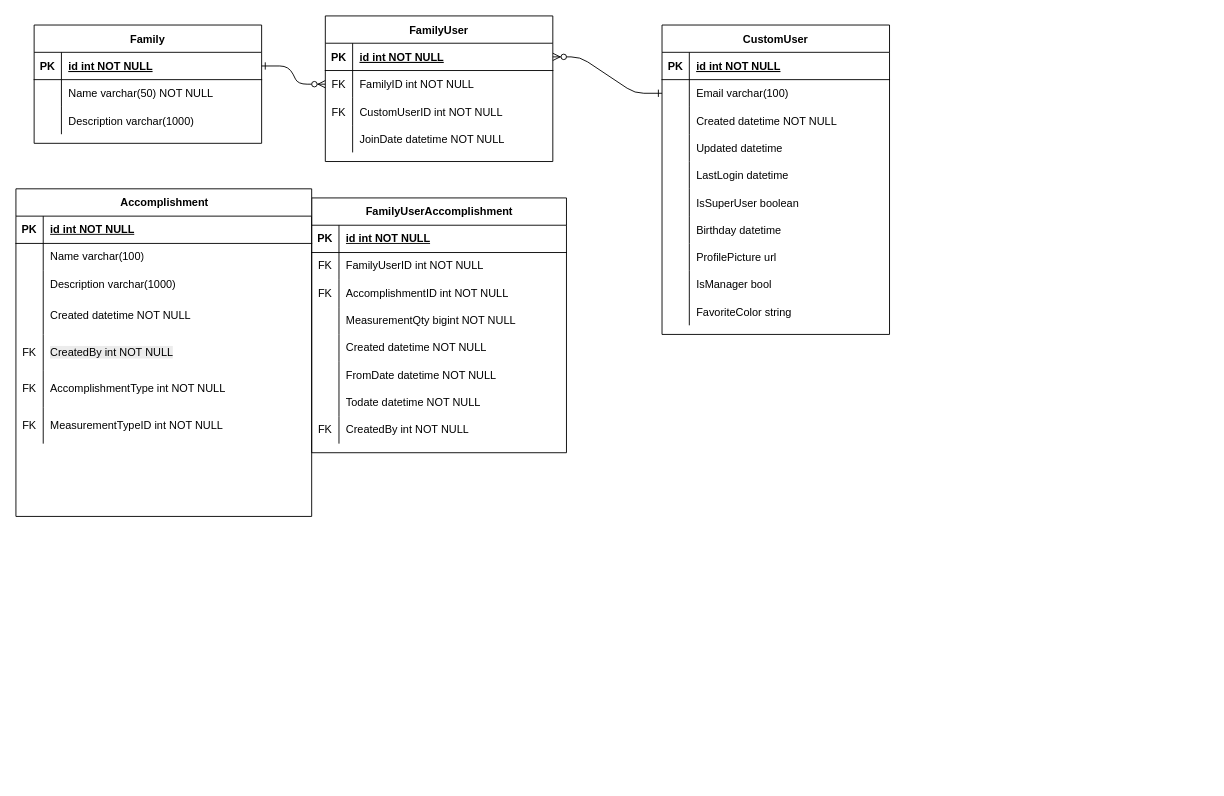
Above: documentation/erds/FamilyThingsERD.drawio in WimpieRatte/FamilyThings (draw.io), before the change. Source tidied: cells renumbered, new cells numbered last; positions are measured from the earlier drawing's top-left corner, leaving out a move shared by most shapes. Both pictures are drawn from the tidied source at 91%, with x=0, y=0 at pixel (15, 15).
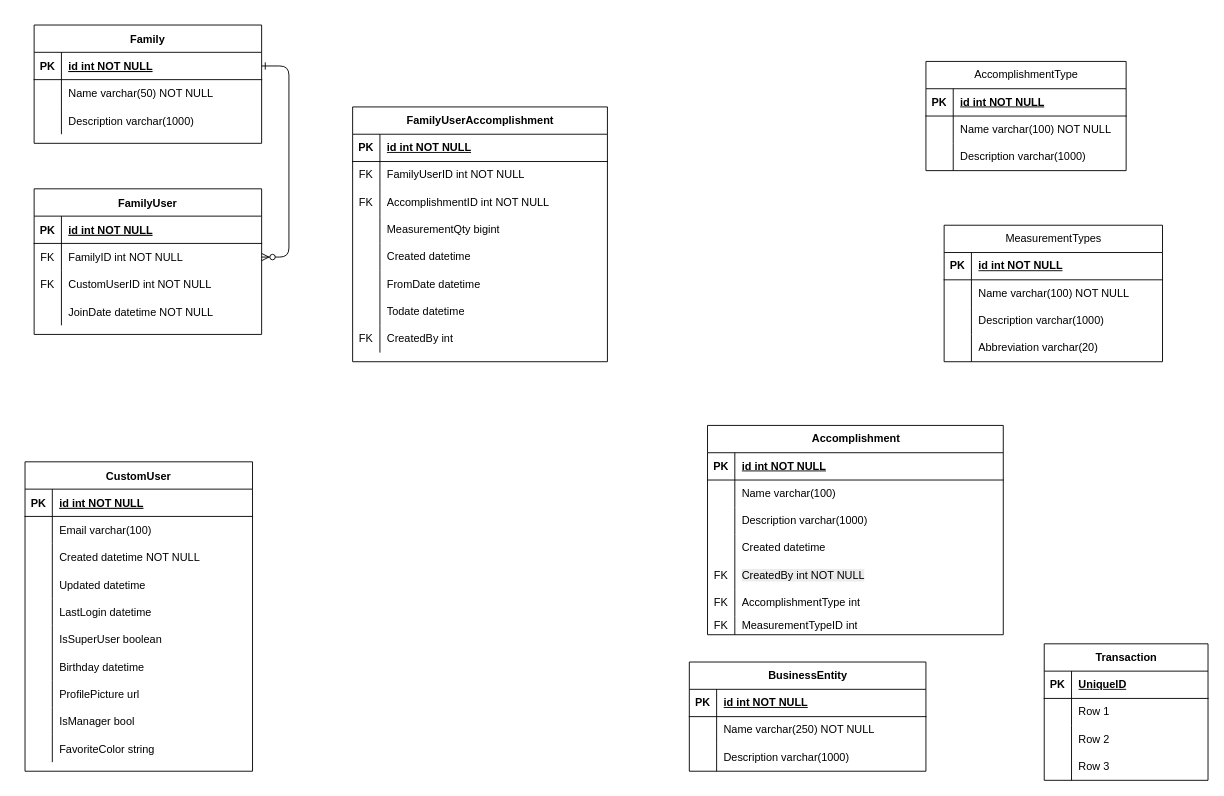
The same diagram, later.

Unchanged cells that the change refers to:
```xml
<mxCell id="4" style="shape=partialRectangle;fillColor=none;points=[[0,0.5],[1,0.5]];portConstraint=eastwest;top=0;left=0;right=0;bottom=1;" parent="3" vertex="1">
  <mxGeometry y="30" width="250" height="30" as="geometry" />
</mxCell>
<mxCell id="20" style="shape=partialRectangle;fillColor=none;points=[[0,0.5],[1,0.5]];portConstraint=eastwest;top=0;left=0;right=0;bottom=0;" parent="16" vertex="1">
  <mxGeometry y="60" width="250" height="30" as="geometry" />
</mxCell>
<mxCell id="68" style="shape=tableRow;horizontal=0;startSize=0;swimlaneHead=0;swimlaneBody=0;fillColor=none;top=0;left=0;right=0;bottom=0;" parent="58" vertex="1">
  <mxGeometry y="120" width="280" height="30" as="geometry" />
</mxCell>
<mxCell id="71" style="shape=tableRow;horizontal=0;startSize=0;swimlaneHead=0;swimlaneBody=0;fillColor=none;top=0;left=0;right=0;bottom=0;" parent="58" vertex="1">
  <mxGeometry y="150" width="280" height="30" as="geometry" />
</mxCell>
<mxCell id="74" style="shape=tableRow;horizontal=0;startSize=0;swimlaneHead=0;swimlaneBody=0;fillColor=none;top=0;left=0;right=0;bottom=0;" parent="58" vertex="1">
  <mxGeometry y="180" width="280" height="30" as="geometry" />
</mxCell>
<mxCell id="77" style="shape=tableRow;horizontal=0;startSize=0;swimlaneHead=0;swimlaneBody=0;fillColor=none;top=0;left=0;right=0;bottom=0;" parent="58" vertex="1">
  <mxGeometry y="210" width="280" height="30" as="geometry" />
</mxCell>
<mxCell id="80" style="shape=tableRow;horizontal=0;startSize=0;swimlaneHead=0;swimlaneBody=0;fillColor=none;top=0;left=0;right=0;bottom=0;" parent="58" vertex="1">
  <mxGeometry y="240" width="280" height="30" as="geometry" />
</mxCell>
```

Diff of the diagram source:
```diff
@@
     <mxCell id="3" value="FamilyUser" style="shape=table;startSize=30;childLayout=tableLayout;rowLines=0;fontStyle=1;align=center;" parent="1" vertex="1">
-      <mxGeometry x="340" width="250" height="160" as="geometry" />
+      <mxGeometry x="20" y="190" width="250" height="160" as="geometry" />
     </mxCell>
@@
     <mxCell id="16" value="CustomUser" style="shape=table;startSize=30;childLayout=tableLayout;rowLines=0;fontStyle=1;align=center;" parent="1" vertex="1">
-      <mxGeometry x="710" y="10" width="250" height="340" as="geometry" />
+      <mxGeometry x="10" y="490" width="250" height="340" as="geometry" />
     </mxCell>
@@
-    <mxCell id="57" style="edgeStyle=entityRelationEdgeStyle;endArrow=ERzeroToMany;startArrow=ERone;endFill=1;startFill=0;" parent="1" edge="1" source="20" target="4">
-      <mxGeometry relative="1" as="geometry" />
-    </mxCell>
     <mxCell id="58" value="FamilyUserAccomplishment" style="shape=table;startSize=30;childLayout=tableLayout;rowLines=0;fontStyle=1;align=center;html=1;" parent="1" vertex="1">
-      <mxGeometry x="325" y="200" width="280" height="280" as="geometry" />
+      <mxGeometry x="370" y="100" width="280" height="280" as="geometry" />
     </mxCell>
@@
-    <mxCell id="70" value="MeasurementQty bigint NOT NULL" style="shape=partialRectangle;fillColor=none;top=0;left=0;bottom=0;right=0;align=left;spacingLeft=6;overflow=hidden;whiteSpace=wrap;html=1;" parent="68" vertex="1">
+    <mxCell id="70" value="MeasurementQty bigint  " style="shape=partialRectangle;fillColor=none;top=0;left=0;bottom=0;right=0;align=left;spacingLeft=6;overflow=hidden;whiteSpace=wrap;html=1;" parent="68" vertex="1">
       <mxGeometry x="30" width="250" height="30" as="geometry" />
     </mxCell>
@@
-    <mxCell id="73" value="Created datetime NOT NULL" style="shape=partialRectangle;fillColor=none;top=0;left=0;bottom=0;right=0;align=left;spacingLeft=6;overflow=hidden;whiteSpace=wrap;html=1;" parent="71" vertex="1">
+    <mxCell id="73" value="Created datetime  " style="shape=partialRectangle;fillColor=none;top=0;left=0;bottom=0;right=0;align=left;spacingLeft=6;overflow=hidden;whiteSpace=wrap;html=1;" parent="71" vertex="1">
       <mxGeometry x="30" width="250" height="30" as="geometry" />
     </mxCell>
@@
-    <mxCell id="76" value="FromDate datetime NOT NULL" style="shape=partialRectangle;fillColor=none;top=0;left=0;bottom=0;right=0;align=left;spacingLeft=6;overflow=hidden;whiteSpace=wrap;html=1;" parent="74" vertex="1">
+    <mxCell id="76" value="FromDate datetime  " style="shape=partialRectangle;fillColor=none;top=0;left=0;bottom=0;right=0;align=left;spacingLeft=6;overflow=hidden;whiteSpace=wrap;html=1;" parent="74" vertex="1">
       <mxGeometry x="30" width="250" height="30" as="geometry" />
     </mxCell>
@@
-    <mxCell id="79" value="Todate datetime NOT NULL" style="shape=partialRectangle;fillColor=none;top=0;left=0;bottom=0;right=0;align=left;spacingLeft=6;overflow=hidden;whiteSpace=wrap;html=1;" parent="77" vertex="1">
+    <mxCell id="79" value="Todate datetime  " style="shape=partialRectangle;fillColor=none;top=0;left=0;bottom=0;right=0;align=left;spacingLeft=6;overflow=hidden;whiteSpace=wrap;html=1;" parent="77" vertex="1">
       <mxGeometry x="30" width="250" height="30" as="geometry" />
     </mxCell>
@@
-    <mxCell id="82" value="CreatedBy int NOT NULL" style="shape=partialRectangle;fillColor=none;top=0;left=0;bottom=0;right=0;align=left;spacingLeft=6;overflow=hidden;whiteSpace=wrap;html=1;" parent="80" vertex="1">
+    <mxCell id="82" value="CreatedBy int  " style="shape=partialRectangle;fillColor=none;top=0;left=0;bottom=0;right=0;align=left;spacingLeft=6;overflow=hidden;whiteSpace=wrap;html=1;" parent="80" vertex="1">
       <mxGeometry x="30" width="250" height="30" as="geometry" />
     </mxCell>
     <mxCell id="83" value="Accomplishment" style="shape=table;startSize=30;childLayout=tableLayout;rowLines=0;fontStyle=1;align=center;html=1;" parent="1" vertex="1">
-      <mxGeometry y="190" width="325" height="360" as="geometry" />
+      <mxGeometry x="760" y="450" width="325" height="230" as="geometry" />
     </mxCell>
@@
     <mxCell id="93" style="shape=tableRow;horizontal=0;startSize=0;swimlaneHead=0;swimlaneBody=0;fillColor=none;top=0;left=0;right=0;bottom=0;" parent="83" vertex="1">
-      <mxGeometry y="120" width="325" height="40" as="geometry" />
+      <mxGeometry y="120" width="325" height="30" as="geometry" />
     </mxCell>
     <mxCell id="94" style="shape=partialRectangle;fillColor=none;top=0;left=0;bottom=0;right=0;overflow=hidden;whiteSpace=wrap;html=1;" parent="93" vertex="1">
-      <mxGeometry width="30" height="40" as="geometry" />
+      <mxGeometry width="30" height="30" as="geometry" />
     </mxCell>
-    <mxCell id="95" value="Created datetime NOT NULL" style="shape=partialRectangle;fillColor=none;top=0;left=0;bottom=0;right=0;align=left;spacingLeft=6;overflow=hidden;whiteSpace=wrap;html=1;" parent="93" vertex="1">
-      <mxGeometry x="30" width="295" height="40" as="geometry" />
+    <mxCell id="95" value="Created datetime  " style="shape=partialRectangle;fillColor=none;top=0;left=0;bottom=0;right=0;align=left;spacingLeft=6;overflow=hidden;whiteSpace=wrap;html=1;" parent="93" vertex="1">
+      <mxGeometry x="30" width="295" height="30" as="geometry" />
     </mxCell>
     <mxCell id="96" style="shape=tableRow;horizontal=0;startSize=0;swimlaneHead=0;swimlaneBody=0;fillColor=none;top=0;left=0;right=0;bottom=0;" parent="83" vertex="1">
-      <mxGeometry y="160" width="325" height="40" as="geometry" />
+      <mxGeometry y="150" width="325" height="30" as="geometry" />
     </mxCell>
     <mxCell id="97" value="FK" style="shape=partialRectangle;fillColor=none;top=0;left=0;bottom=0;right=0;overflow=hidden;whiteSpace=wrap;html=1;" parent="96" vertex="1">
-      <mxGeometry width="30" height="40" as="geometry" />
+      <mxGeometry width="30" height="30" as="geometry" />
     </mxCell>
     <mxCell id="98" value="&lt;span style=&quot;color: rgb(0, 0, 0); font-family: Helvetica; font-size: 12px; font-style: normal; font-variant-ligatures: normal; font-variant-caps: normal; font-weight: 400; letter-spacing: normal; orphans: 2; text-align: left; text-indent: 0px; text-transform: none; widows: 2; word-spacing: 0px; -webkit-text-stroke-width: 0px; white-space: normal; background-color: rgb(236, 236, 236); text-decoration-thickness: initial; text-decoration-style: initial; text-decoration-color: initial; display: inline !important; float: none;&quot;&gt;CreatedBy int NOT NULL&lt;/span&gt;" style="shape=partialRectangle;fillColor=none;top=0;left=0;bottom=0;right=0;align=left;spacingLeft=6;overflow=hidden;whiteSpace=wrap;html=1;" parent="96" vertex="1">
-      <mxGeometry x="30" width="295" height="40" as="geometry" />
+      <mxGeometry x="30" width="295" height="30" as="geometry" />
     </mxCell>
     <mxCell id="99" style="shape=tableRow;horizontal=0;startSize=0;swimlaneHead=0;swimlaneBody=0;fillColor=none;top=0;left=0;right=0;bottom=0;" parent="83" vertex="1">
-      <mxGeometry y="200" width="325" height="40" as="geometry" />
+      <mxGeometry y="180" width="325" height="30" as="geometry" />
     </mxCell>
     <mxCell id="100" value="FK" style="shape=partialRectangle;fillColor=none;top=0;left=0;bottom=0;right=0;overflow=hidden;whiteSpace=wrap;html=1;" parent="99" vertex="1">
-      <mxGeometry width="30" height="40" as="geometry" />
+      <mxGeometry width="30" height="30" as="geometry" />
     </mxCell>
-    <mxCell id="101" value="AccomplishmentType int NOT NULL" style="shape=partialRectangle;fillColor=none;top=0;left=0;bottom=0;right=0;align=left;spacingLeft=6;overflow=hidden;whiteSpace=wrap;html=1;" parent="99" vertex="1">
-      <mxGeometry x="30" width="295" height="40" as="geometry" />
+    <mxCell id="101" value="AccomplishmentType int  " style="shape=partialRectangle;fillColor=none;top=0;left=0;bottom=0;right=0;align=left;spacingLeft=6;overflow=hidden;whiteSpace=wrap;html=1;" parent="99" vertex="1">
+      <mxGeometry x="30" width="295" height="30" as="geometry" />
     </mxCell>
     <mxCell id="102" style="shape=tableRow;horizontal=0;startSize=0;swimlaneHead=0;swimlaneBody=0;fillColor=none;top=0;left=0;right=0;bottom=0;" parent="83" vertex="1">
-      <mxGeometry y="240" width="325" height="40" as="geometry" />
+      <mxGeometry y="210" width="325" height="20" as="geometry" />
     </mxCell>
     <mxCell id="103" value="FK" style="shape=partialRectangle;fillColor=none;top=0;left=0;bottom=0;right=0;overflow=hidden;whiteSpace=wrap;html=1;" parent="102" vertex="1">
-      <mxGeometry width="30" height="40" as="geometry" />
+      <mxGeometry width="30" height="20" as="geometry" />
     </mxCell>
-    <mxCell id="104" value="MeasurementTypeID int NOT NULL" style="shape=partialRectangle;fillColor=none;top=0;left=0;bottom=0;right=0;align=left;spacingLeft=6;overflow=hidden;whiteSpace=wrap;html=1;" parent="102" vertex="1">
-      <mxGeometry x="30" width="295" height="40" as="geometry" />
+    <mxCell id="104" value="MeasurementTypeID int  " style="shape=partialRectangle;fillColor=none;top=0;left=0;bottom=0;right=0;align=left;spacingLeft=6;overflow=hidden;whiteSpace=wrap;html=1;" parent="102" vertex="1">
+      <mxGeometry x="30" width="295" height="20" as="geometry" />
     </mxCell>
+    <mxCell id="105" value="&lt;span style=&quot;font-weight: 400; text-align: left; text-wrap: wrap;&quot;&gt;AccomplishmentType&lt;/span&gt;" style="shape=table;startSize=30;childLayout=tableLayout;rowLines=0;fontStyle=1;align=center;html=1;" parent="1" vertex="1">
+      <mxGeometry x="1000" y="50" width="220" height="120" as="geometry" />
+    </mxCell>
+    <mxCell id="106" style="shape=tableRow;horizontal=0;startSize=0;swimlaneHead=0;swimlaneBody=0;fillColor=none;top=0;left=0;right=0;bottom=1;" parent="105" vertex="1">
+      <mxGeometry y="30" width="220" height="30" as="geometry" />
+    </mxCell>
+    <mxCell id="107" value="PK" style="shape=partialRectangle;fillColor=none;top=0;left=0;bottom=0;right=0;fontStyle=1;overflow=hidden;whiteSpace=wrap;html=1;" parent="106" vertex="1">
+      <mxGeometry width="30" height="30" as="geometry" />
+    </mxCell>
+    <mxCell id="108" value="&lt;span style=&quot;text-wrap: nowrap;&quot;&gt;id int NOT NULL&lt;/span&gt;" style="shape=partialRectangle;fillColor=none;top=0;left=0;bottom=0;right=0;align=left;spacingLeft=6;fontStyle=5;overflow=hidden;whiteSpace=wrap;html=1;" parent="106" vertex="1">
+      <mxGeometry x="30" width="190" height="30" as="geometry" />
+    </mxCell>
+    <mxCell id="109" style="shape=tableRow;horizontal=0;startSize=0;swimlaneHead=0;swimlaneBody=0;fillColor=none;top=0;left=0;right=0;bottom=0;" parent="105" vertex="1">
+      <mxGeometry y="60" width="220" height="30" as="geometry" />
+    </mxCell>
+    <mxCell id="110" style="shape=partialRectangle;fillColor=none;top=0;left=0;bottom=0;right=0;overflow=hidden;whiteSpace=wrap;html=1;" parent="109" vertex="1">
+      <mxGeometry width="30" height="30" as="geometry" />
+    </mxCell>
+    <mxCell id="111" value="&lt;span style=&quot;text-wrap: nowrap;&quot;&gt;Name varchar(100) NOT NULL&lt;/span&gt;" style="shape=partialRectangle;fillColor=none;top=0;left=0;bottom=0;right=0;align=left;spacingLeft=6;overflow=hidden;whiteSpace=wrap;html=1;" parent="109" vertex="1">
+      <mxGeometry x="30" width="190" height="30" as="geometry" />
+    </mxCell>
+    <mxCell id="112" style="shape=tableRow;horizontal=0;startSize=0;swimlaneHead=0;swimlaneBody=0;fillColor=none;top=0;left=0;right=0;bottom=0;" parent="105" vertex="1">
+      <mxGeometry y="90" width="220" height="30" as="geometry" />
+    </mxCell>
+    <mxCell id="113" style="shape=partialRectangle;fillColor=none;top=0;left=0;bottom=0;right=0;overflow=hidden;whiteSpace=wrap;html=1;" parent="112" vertex="1">
+      <mxGeometry width="30" height="30" as="geometry" />
+    </mxCell>
+    <mxCell id="114" value="&lt;span style=&quot;text-wrap: nowrap;&quot;&gt;Description varchar(1000)&lt;/span&gt;" style="shape=partialRectangle;fillColor=none;top=0;left=0;bottom=0;right=0;align=left;spacingLeft=6;overflow=hidden;whiteSpace=wrap;html=1;" parent="112" vertex="1">
+      <mxGeometry x="30" width="190" height="30" as="geometry" />
+    </mxCell>
+    <mxCell id="115" value="&lt;span style=&quot;font-weight: 400; text-align: left; text-wrap: wrap;&quot;&gt;MeasurementTypes&lt;/span&gt;" style="shape=table;startSize=30;childLayout=tableLayout;rowLines=0;fontStyle=1;align=center;html=1;" parent="1" vertex="1">
+      <mxGeometry x="1020" y="230" width="240" height="150" as="geometry" />
+    </mxCell>
+    <mxCell id="116" style="shape=tableRow;horizontal=0;startSize=0;swimlaneHead=0;swimlaneBody=0;fillColor=none;top=0;left=0;right=0;bottom=1;" parent="115" vertex="1">
+      <mxGeometry y="30" width="240" height="30" as="geometry" />
+    </mxCell>
+    <mxCell id="117" value="PK" style="shape=partialRectangle;fillColor=none;top=0;left=0;bottom=0;right=0;fontStyle=1;overflow=hidden;whiteSpace=wrap;html=1;" parent="116" vertex="1">
+      <mxGeometry width="30" height="30" as="geometry" />
+    </mxCell>
+    <mxCell id="118" value="&lt;span style=&quot;text-wrap: nowrap;&quot;&gt;id int NOT NULL&lt;/span&gt;" style="shape=partialRectangle;fillColor=none;top=0;left=0;bottom=0;right=0;align=left;spacingLeft=6;fontStyle=5;overflow=hidden;whiteSpace=wrap;html=1;" parent="116" vertex="1">
+      <mxGeometry x="30" width="210" height="30" as="geometry" />
+    </mxCell>
+    <mxCell id="119" style="shape=tableRow;horizontal=0;startSize=0;swimlaneHead=0;swimlaneBody=0;fillColor=none;top=0;left=0;right=0;bottom=0;" parent="115" vertex="1">
+      <mxGeometry y="60" width="240" height="30" as="geometry" />
+    </mxCell>
+    <mxCell id="120" style="shape=partialRectangle;fillColor=none;top=0;left=0;bottom=0;right=0;overflow=hidden;whiteSpace=wrap;html=1;" parent="119" vertex="1">
+      <mxGeometry width="30" height="30" as="geometry" />
+    </mxCell>
+    <mxCell id="121" value="&lt;span style=&quot;text-wrap: nowrap;&quot;&gt;Name varchar(100) NOT NULL&lt;/span&gt;" style="shape=partialRectangle;fillColor=none;top=0;left=0;bottom=0;right=0;align=left;spacingLeft=6;overflow=hidden;whiteSpace=wrap;html=1;" parent="119" vertex="1">
+      <mxGeometry x="30" width="210" height="30" as="geometry" />
+    </mxCell>
+    <mxCell id="122" style="shape=tableRow;horizontal=0;startSize=0;swimlaneHead=0;swimlaneBody=0;fillColor=none;top=0;left=0;right=0;bottom=0;" parent="115" vertex="1">
+      <mxGeometry y="90" width="240" height="30" as="geometry" />
+    </mxCell>
+    <mxCell id="123" style="shape=partialRectangle;fillColor=none;top=0;left=0;bottom=0;right=0;overflow=hidden;whiteSpace=wrap;html=1;" parent="122" vertex="1">
+      <mxGeometry width="30" height="30" as="geometry" />
+    </mxCell>
+    <mxCell id="124" value="&lt;span style=&quot;text-wrap: nowrap;&quot;&gt;Description varchar(1000)&lt;/span&gt;" style="shape=partialRectangle;fillColor=none;top=0;left=0;bottom=0;right=0;align=left;spacingLeft=6;overflow=hidden;whiteSpace=wrap;html=1;" parent="122" vertex="1">
+      <mxGeometry x="30" width="210" height="30" as="geometry" />
+    </mxCell>
+    <mxCell id="125" style="shape=tableRow;horizontal=0;startSize=0;swimlaneHead=0;swimlaneBody=0;fillColor=none;top=0;left=0;right=0;bottom=0;" parent="115" vertex="1">
+      <mxGeometry y="120" width="240" height="30" as="geometry" />
+    </mxCell>
+    <mxCell id="126" style="shape=partialRectangle;fillColor=none;top=0;left=0;bottom=0;right=0;overflow=hidden;whiteSpace=wrap;html=1;" parent="125" vertex="1">
+      <mxGeometry width="30" height="30" as="geometry" />
+    </mxCell>
+    <mxCell id="127" value="Abbreviation varchar(20)&amp;nbsp;" style="shape=partialRectangle;fillColor=none;top=0;left=0;bottom=0;right=0;align=left;spacingLeft=6;overflow=hidden;whiteSpace=wrap;html=1;" parent="125" vertex="1">
+      <mxGeometry x="30" width="210" height="30" as="geometry" />
+    </mxCell>
+    <mxCell id="128" value="BusinessEntity" style="shape=table;startSize=30;childLayout=tableLayout;rowLines=0;fontStyle=1;align=center;html=1;" parent="1" vertex="1">
+      <mxGeometry x="740" y="710" width="260" height="120" as="geometry" />
+    </mxCell>
+    <mxCell id="129" style="shape=tableRow;horizontal=0;startSize=0;swimlaneHead=0;swimlaneBody=0;fillColor=none;top=0;left=0;right=0;bottom=1;" parent="128" vertex="1">
+      <mxGeometry y="30" width="260" height="30" as="geometry" />
+    </mxCell>
+    <mxCell id="130" value="PK" style="shape=partialRectangle;fillColor=none;top=0;left=0;bottom=0;right=0;fontStyle=1;overflow=hidden;whiteSpace=wrap;html=1;" parent="129" vertex="1">
+      <mxGeometry width="30" height="30" as="geometry" />
+    </mxCell>
+    <mxCell id="131" value="id int NOT NULL" style="shape=partialRectangle;fillColor=none;top=0;left=0;bottom=0;right=0;align=left;spacingLeft=6;fontStyle=5;overflow=hidden;whiteSpace=wrap;html=1;" parent="129" vertex="1">
+      <mxGeometry x="30" width="230" height="30" as="geometry" />
+    </mxCell>
+    <mxCell id="132" style="shape=tableRow;horizontal=0;startSize=0;swimlaneHead=0;swimlaneBody=0;fillColor=none;top=0;left=0;right=0;bottom=0;" parent="128" vertex="1">
+      <mxGeometry y="60" width="260" height="30" as="geometry" />
+    </mxCell>
+    <mxCell id="133" style="shape=partialRectangle;fillColor=none;top=0;left=0;bottom=0;right=0;overflow=hidden;whiteSpace=wrap;html=1;" parent="132" vertex="1">
+      <mxGeometry width="30" height="30" as="geometry" />
+    </mxCell>
+    <mxCell id="134" value="&lt;span style=&quot;text-wrap: nowrap;&quot;&gt;Name varchar(250) NOT NULL&lt;/span&gt;" style="shape=partialRectangle;fillColor=none;top=0;left=0;bottom=0;right=0;align=left;spacingLeft=6;overflow=hidden;whiteSpace=wrap;html=1;" parent="132" vertex="1">
+      <mxGeometry x="30" width="230" height="30" as="geometry" />
+    </mxCell>
+    <mxCell id="135" style="shape=tableRow;horizontal=0;startSize=0;swimlaneHead=0;swimlaneBody=0;fillColor=none;top=0;left=0;right=0;bottom=0;" parent="128" vertex="1">
+      <mxGeometry y="90" width="260" height="30" as="geometry" />
+    </mxCell>
+    <mxCell id="136" style="shape=partialRectangle;fillColor=none;top=0;left=0;bottom=0;right=0;overflow=hidden;whiteSpace=wrap;html=1;" parent="135" vertex="1">
+      <mxGeometry width="30" height="30" as="geometry" />
+    </mxCell>
+    <mxCell id="137" value="&lt;span style=&quot;text-wrap: nowrap;&quot;&gt;Description varchar(1000)&lt;/span&gt;" style="shape=partialRectangle;fillColor=none;top=0;left=0;bottom=0;right=0;align=left;spacingLeft=6;overflow=hidden;whiteSpace=wrap;html=1;" parent="135" vertex="1">
+      <mxGeometry x="30" width="230" height="30" as="geometry" />
+    </mxCell>
+    <mxCell id="138" value="Transaction" style="shape=table;startSize=30;childLayout=tableLayout;rowLines=0;fontStyle=1;align=center;html=1;" parent="1" vertex="1">
+      <mxGeometry x="1130" y="690" width="180" height="150" as="geometry" />
+    </mxCell>
+    <mxCell id="139" style="shape=tableRow;horizontal=0;startSize=0;swimlaneHead=0;swimlaneBody=0;fillColor=none;top=0;left=0;right=0;bottom=1;" parent="138" vertex="1">
+      <mxGeometry y="30" width="180" height="30" as="geometry" />
+    </mxCell>
+    <mxCell id="140" value="PK" style="shape=partialRectangle;fillColor=none;top=0;left=0;bottom=0;right=0;fontStyle=1;overflow=hidden;whiteSpace=wrap;html=1;" parent="139" vertex="1">
+      <mxGeometry width="30" height="30" as="geometry" />
+    </mxCell>
+    <mxCell id="141" value="UniqueID" style="shape=partialRectangle;fillColor=none;top=0;left=0;bottom=0;right=0;align=left;spacingLeft=6;fontStyle=5;overflow=hidden;whiteSpace=wrap;html=1;" parent="139" vertex="1">
+      <mxGeometry x="30" width="150" height="30" as="geometry" />
+    </mxCell>
+    <mxCell id="142" style="shape=tableRow;horizontal=0;startSize=0;swimlaneHead=0;swimlaneBody=0;fillColor=none;top=0;left=0;right=0;bottom=0;" parent="138" vertex="1">
+      <mxGeometry y="60" width="180" height="30" as="geometry" />
+    </mxCell>
+    <mxCell id="143" style="shape=partialRectangle;fillColor=none;top=0;left=0;bottom=0;right=0;overflow=hidden;whiteSpace=wrap;html=1;" parent="142" vertex="1">
+      <mxGeometry width="30" height="30" as="geometry" />
+    </mxCell>
+    <mxCell id="144" value="Row 1" style="shape=partialRectangle;fillColor=none;top=0;left=0;bottom=0;right=0;align=left;spacingLeft=6;overflow=hidden;whiteSpace=wrap;html=1;" parent="142" vertex="1">
+      <mxGeometry x="30" width="150" height="30" as="geometry" />
+    </mxCell>
+    <mxCell id="145" style="shape=tableRow;horizontal=0;startSize=0;swimlaneHead=0;swimlaneBody=0;fillColor=none;top=0;left=0;right=0;bottom=0;" parent="138" vertex="1">
+      <mxGeometry y="90" width="180" height="30" as="geometry" />
+    </mxCell>
+    <mxCell id="146" style="shape=partialRectangle;fillColor=none;top=0;left=0;bottom=0;right=0;overflow=hidden;whiteSpace=wrap;html=1;" parent="145" vertex="1">
+      <mxGeometry width="30" height="30" as="geometry" />
+    </mxCell>
+    <mxCell id="147" value="Row 2" style="shape=partialRectangle;fillColor=none;top=0;left=0;bottom=0;right=0;align=left;spacingLeft=6;overflow=hidden;whiteSpace=wrap;html=1;" parent="145" vertex="1">
+      <mxGeometry x="30" width="150" height="30" as="geometry" />
+    </mxCell>
+    <mxCell id="148" style="shape=tableRow;horizontal=0;startSize=0;swimlaneHead=0;swimlaneBody=0;fillColor=none;top=0;left=0;right=0;bottom=0;" parent="138" vertex="1">
+      <mxGeometry y="120" width="180" height="30" as="geometry" />
+    </mxCell>
+    <mxCell id="149" style="shape=partialRectangle;fillColor=none;top=0;left=0;bottom=0;right=0;overflow=hidden;whiteSpace=wrap;html=1;" parent="148" vertex="1">
+      <mxGeometry width="30" height="30" as="geometry" />
+    </mxCell>
+    <mxCell id="150" value="Row 3" style="shape=partialRectangle;fillColor=none;top=0;left=0;bottom=0;right=0;align=left;spacingLeft=6;overflow=hidden;whiteSpace=wrap;html=1;" parent="148" vertex="1">
+      <mxGeometry x="30" width="150" height="30" as="geometry" />
+    </mxCell>
```
